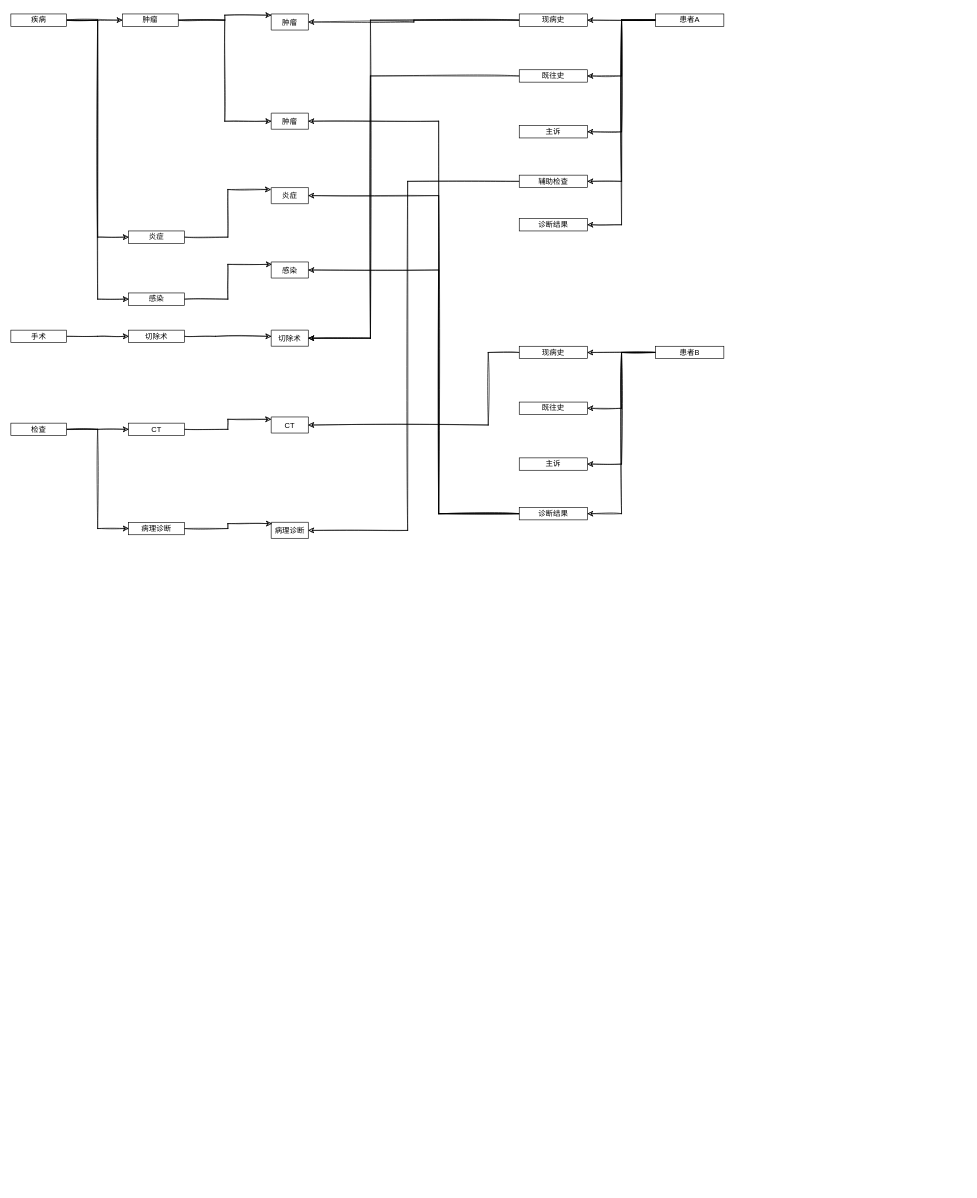
Above: Untitled Diagram.drawio in krjx0821/GRE-wordlist (draw.io), before the change. Source tidied: cells renumbered, new cells numbered last; positions are measured from the earlier drawing's top-left corner, leaving out a move shared by most shapes. Both pictures are drawn from the tidied source at 62%, with x=0, y=0 at pixel (11, 14).
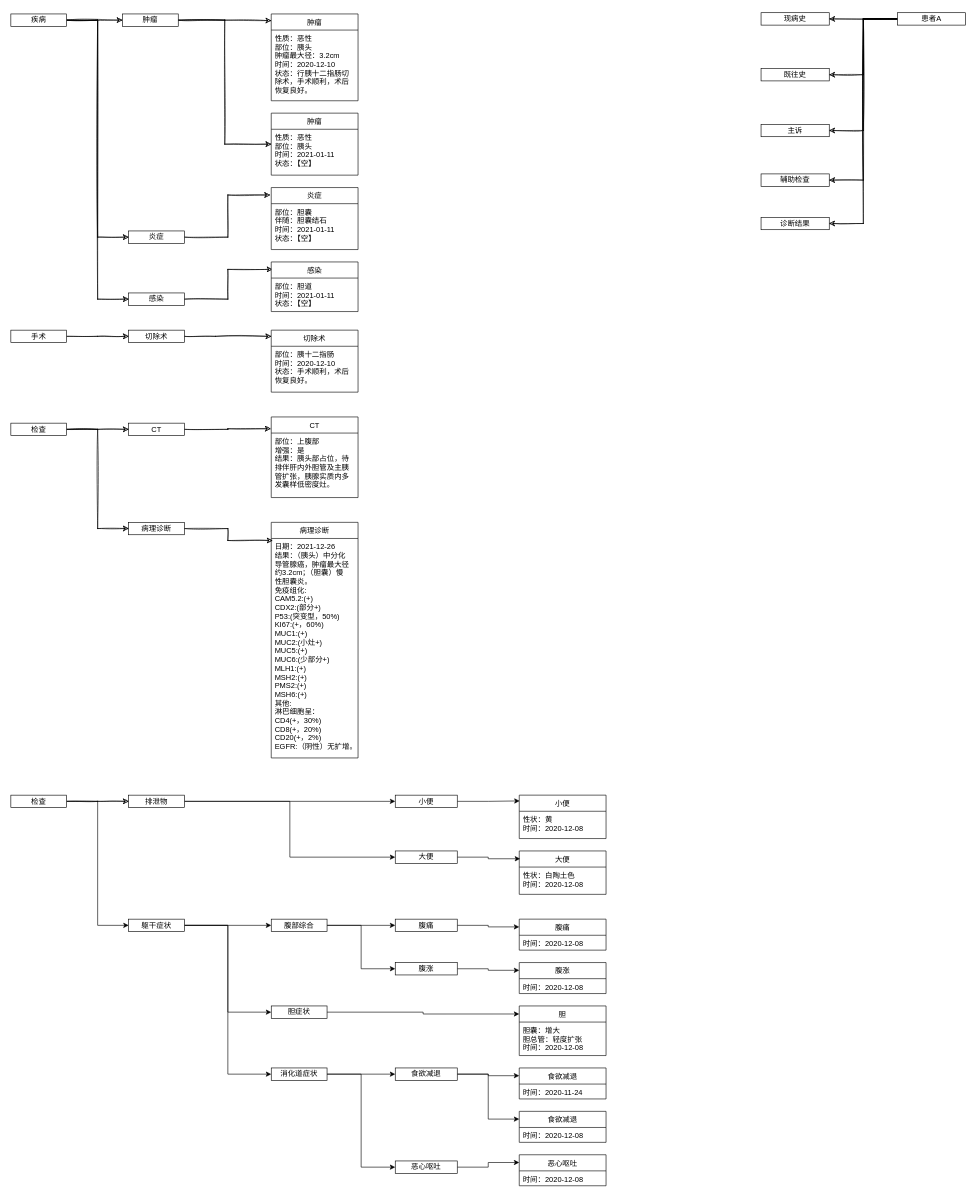
The same diagram, later.

What changed in the source:
```diff
@@
-    <mxCell id="9" value="肿瘤" style="swimlane;fontStyle=0;horizontal=1;startSize=26;" parent="1" vertex="1" collapsed="1">
-      <mxGeometry x="420" width="60" height="26" as="geometry" />
+    <mxCell id="9" value="肿瘤" style="swimlane;fontStyle=0;horizontal=1;startSize=26;" parent="1" vertex="1">
+      <mxGeometry x="420" width="140" height="140" as="geometry" />
     </mxCell>
+    <mxCell id="59" value="性质：恶性&#10;部位：胰头&#10;肿瘤最大径：3.2cm&#10;时间：2020-12-10&#10;状态：行胰十二指肠切&#10;除术，手术顺利，术后&#10;恢复良好。" style="text;strokeColor=none;fillColor=none;align=left;verticalAlign=top;spacingLeft=4;spacingRight=4;overflow=hidden;" parent="9" vertex="1">
+      <mxGeometry y="26" width="140" height="114" as="geometry" />
+    </mxCell>
-    <mxCell id="10" value="肿瘤" style="swimlane;fontStyle=0;horizontal=1;startSize=26;" parent="1" vertex="1" collapsed="1">
-      <mxGeometry x="420" y="160" width="60" height="26" as="geometry" />
+    <mxCell id="10" value="肿瘤" style="swimlane;fontStyle=0;horizontal=1;startSize=26;" parent="1" vertex="1">
+      <mxGeometry x="420" y="160" width="140" height="100" as="geometry" />
     </mxCell>
+    <mxCell id="60" value="性质：恶性&#10;部位：胰头&#10;时间：2021-01-11&#10;状态：【空】" style="text;strokeColor=none;fillColor=none;align=left;verticalAlign=top;spacingLeft=4;spacingRight=4;overflow=hidden;" parent="10" vertex="1">
+      <mxGeometry y="26" width="140" height="74" as="geometry" />
+    </mxCell>
@@
-    <mxCell id="13" value="炎症" style="swimlane;fontStyle=0;horizontal=1;startSize=26;" parent="1" vertex="1" collapsed="1">
-      <mxGeometry x="420" y="280" width="60" height="26" as="geometry" />
+    <mxCell id="13" value="炎症" style="swimlane;fontStyle=0;horizontal=1;startSize=26;" parent="1" vertex="1">
+      <mxGeometry x="420" y="280" width="140" height="100" as="geometry" />
     </mxCell>
+    <mxCell id="61" value="部位：胆囊&#10;伴随：胆囊结石&#10;时间：2021-01-11&#10;状态：【空】" style="text;strokeColor=none;fillColor=none;align=left;verticalAlign=top;spacingLeft=4;spacingRight=4;overflow=hidden;" parent="13" vertex="1">
+      <mxGeometry y="26" width="140" height="74" as="geometry" />
+    </mxCell>
@@
-    <mxCell id="16" value="感染" style="swimlane;fontStyle=0;horizontal=1;startSize=26;" parent="1" vertex="1" collapsed="1">
-      <mxGeometry x="420" y="400" width="60" height="26" as="geometry" />
+    <mxCell id="16" value="感染" style="swimlane;fontStyle=0;horizontal=1;startSize=26;" parent="1" vertex="1">
+      <mxGeometry x="420" y="400" width="140" height="80" as="geometry" />
     </mxCell>
+    <mxCell id="62" value="部位：胆道&#10;时间：2021-01-11&#10;状态：【空】" style="text;strokeColor=none;fillColor=none;align=left;verticalAlign=top;spacingLeft=4;spacingRight=4;overflow=hidden;" parent="16" vertex="1">
+      <mxGeometry y="26" width="140" height="54" as="geometry" />
+    </mxCell>
@@
-    <mxCell id="21" value="切除术" style="swimlane;fontStyle=0;horizontal=1;startSize=26;" parent="1" vertex="1" collapsed="1">
-      <mxGeometry x="420" y="510" width="60" height="26" as="geometry" />
+    <mxCell id="21" value="切除术" style="swimlane;fontStyle=0;horizontal=1;startSize=26;" parent="1" vertex="1">
+      <mxGeometry x="420" y="510" width="140" height="100" as="geometry" />
     </mxCell>
+    <mxCell id="63" value="部位：胰十二指肠&#10;时间：2020-12-10&#10;状态：手术顺利，术后&#10;恢复良好。" style="text;strokeColor=none;fillColor=none;align=left;verticalAlign=top;spacingLeft=4;spacingRight=4;overflow=hidden;" parent="21" vertex="1">
+      <mxGeometry y="26" width="140" height="74" as="geometry" />
+    </mxCell>
@@
-    <mxCell id="27" value="CT" style="swimlane;fontStyle=0;horizontal=1;startSize=26;" parent="1" vertex="1" collapsed="1">
-      <mxGeometry x="420" y="650" width="60" height="26" as="geometry" />
+    <mxCell id="27" value="CT" style="swimlane;fontStyle=0;horizontal=1;startSize=26;" parent="1" vertex="1">
+      <mxGeometry x="420" y="650" width="140" height="130" as="geometry" />
     </mxCell>
+    <mxCell id="64" value="部位：上腹部&#10;增强：是&#10;结果：胰头部占位，待&#10;排伴肝内外胆管及主胰&#10;管扩张，胰腺实质内多&#10;发囊样低密度灶。" style="text;strokeColor=none;fillColor=none;align=left;verticalAlign=top;spacingLeft=4;spacingRight=4;overflow=hidden;" parent="27" vertex="1">
+      <mxGeometry y="26" width="140" height="104" as="geometry" />
+    </mxCell>
-    <mxCell id="28" value="病理诊断" style="swimlane;fontStyle=0;horizontal=1;startSize=26;" parent="1" vertex="1" collapsed="1">
-      <mxGeometry x="420" y="820" width="60" height="26" as="geometry" />
+    <mxCell id="28" value="病理诊断" style="swimlane;fontStyle=0;horizontal=1;startSize=26;" parent="1" vertex="1">
+      <mxGeometry x="420" y="820" width="140" height="380" as="geometry" />
     </mxCell>
+    <mxCell id="65" value="日期：2021-12-26&#10;结果：（胰头）中分化&#10;导管腺癌，肿瘤最大径&#10;约3.2cm；（胆囊）慢&#10;性胆囊炎。&#10;免疫组化:&#10;CAM5.2:(+)&#10;CDX2:(部分+)&#10;P53:(突变型，50%)&#10;KI67:(+，60%)&#10;MUC1:(+)&#10;MUC2:(小灶+)&#10;MUC5:(+)&#10;MUC6:(少部分+)&#10;MLH1:(+)&#10;MSH2:(+)&#10;PMS2:(+)&#10;MSH6:(+)&#10;其他:&#10;淋巴细胞呈：&#10;CD4(+，30%)&#10;CD8(+，20%)&#10;CD20(+，2%)&#10;EGFR:（阴性）无扩增。" style="text;strokeColor=none;fillColor=none;align=left;verticalAlign=top;spacingLeft=4;spacingRight=4;overflow=hidden;" parent="28" vertex="1">
+      <mxGeometry y="26" width="140" height="354" as="geometry" />
+    </mxCell>
@@
     <mxCell id="36" value="患者A" style="rounded=0;whiteSpace=wrap;html=1;" parent="1" vertex="1">
-      <mxGeometry x="1040" width="110" height="20" as="geometry" />
+      <mxGeometry x="1430" y="-2" width="110" height="20" as="geometry" />
     </mxCell>
-    <mxCell id="37" style="edgeStyle=orthogonalEdgeStyle;rounded=0;sketch=1;jettySize=auto;html=1;entryX=1;entryY=0.5;entryDx=0;entryDy=0;" parent="1" edge="1" source="39" target="9">
-      <mxGeometry relative="1" as="geometry" />
-    </mxCell>
-    <mxCell id="38" style="edgeStyle=orthogonalEdgeStyle;rounded=0;sketch=1;jettySize=auto;html=1;entryX=1;entryY=0.5;entryDx=0;entryDy=0;" parent="1" edge="1" source="39" target="21">
-      <mxGeometry relative="1" as="geometry">
-        <Array as="points">
-          <mxPoint x="580" y="10" />
-          <mxPoint x="580" y="523" />
-        </Array>
-      </mxGeometry>
-    </mxCell>
     <mxCell id="39" value="现病史" style="rounded=0;whiteSpace=wrap;html=1;" parent="1" vertex="1">
-      <mxGeometry x="820" width="110" height="20" as="geometry" />
+      <mxGeometry x="1210" y="-2" width="110" height="20" as="geometry" />
     </mxCell>
-    <mxCell id="40" style="edgeStyle=orthogonalEdgeStyle;rounded=0;sketch=1;jettySize=auto;html=1;entryX=1;entryY=0.5;entryDx=0;entryDy=0;" parent="1" edge="1" source="41" target="21">
-      <mxGeometry relative="1" as="geometry">
-        <Array as="points">
-          <mxPoint x="580" y="100" />
-          <mxPoint x="580" y="523" />
-        </Array>
-      </mxGeometry>
-    </mxCell>
     <mxCell id="41" value="既往史" style="rounded=0;whiteSpace=wrap;html=1;" parent="1" vertex="1">
-      <mxGeometry x="820" y="90" width="110" height="20" as="geometry" />
+      <mxGeometry x="1210" y="88" width="110" height="20" as="geometry" />
     </mxCell>
     <mxCell id="42" value="主诉" style="rounded=0;whiteSpace=wrap;html=1;" parent="1" vertex="1">
-      <mxGeometry x="820" y="180" width="110" height="20" as="geometry" />
+      <mxGeometry x="1210" y="178" width="110" height="20" as="geometry" />
     </mxCell>
-    <mxCell id="43" style="edgeStyle=orthogonalEdgeStyle;rounded=0;sketch=1;jettySize=auto;html=1;entryX=1;entryY=0.5;entryDx=0;entryDy=0;" parent="1" edge="1" source="44" target="28">
-      <mxGeometry relative="1" as="geometry">
-        <Array as="points">
-          <mxPoint x="640" y="270" />
-          <mxPoint x="640" y="833" />
-        </Array>
-      </mxGeometry>
-    </mxCell>
     <mxCell id="44" value="辅助检查" style="rounded=0;whiteSpace=wrap;html=1;" parent="1" vertex="1">
-      <mxGeometry x="820" y="260" width="110" height="20" as="geometry" />
+      <mxGeometry x="1210" y="258" width="110" height="20" as="geometry" />
     </mxCell>
-    <mxCell id="45" style="edgeStyle=orthogonalEdgeStyle;rounded=0;sketch=1;jettySize=auto;html=1;entryX=1;entryY=0.5;entryDx=0;entryDy=0;" parent="1" edge="1" source="49" target="51">
-      <mxGeometry relative="1" as="geometry" />
-    </mxCell>
-    <mxCell id="46" style="edgeStyle=orthogonalEdgeStyle;rounded=0;sketch=1;jettySize=auto;html=1;entryX=1;entryY=0.5;entryDx=0;entryDy=0;" parent="1" edge="1" source="49" target="52">
-      <mxGeometry relative="1" as="geometry" />
-    </mxCell>
-    <mxCell id="47" style="edgeStyle=orthogonalEdgeStyle;rounded=0;sketch=1;jettySize=auto;html=1;entryX=1;entryY=0.5;entryDx=0;entryDy=0;" parent="1" edge="1" source="49" target="53">
-      <mxGeometry relative="1" as="geometry" />
-    </mxCell>
-    <mxCell id="48" style="edgeStyle=orthogonalEdgeStyle;rounded=0;sketch=1;jettySize=auto;html=1;entryX=1;entryY=0.5;entryDx=0;entryDy=0;" parent="1" edge="1" source="49" target="57">
-      <mxGeometry relative="1" as="geometry" />
-    </mxCell>
-    <mxCell id="49" value="患者B" style="rounded=0;whiteSpace=wrap;html=1;" parent="1" vertex="1">
-      <mxGeometry x="1040" y="536" width="110" height="20" as="geometry" />
-    </mxCell>
-    <mxCell id="50" style="edgeStyle=orthogonalEdgeStyle;rounded=0;sketch=1;jettySize=auto;html=1;entryX=1;entryY=0.5;entryDx=0;entryDy=0;" parent="1" edge="1" source="51" target="27">
-      <mxGeometry relative="1" as="geometry">
-        <Array as="points">
-          <mxPoint x="770" y="546" />
-          <mxPoint x="770" y="663" />
-        </Array>
-      </mxGeometry>
-    </mxCell>
-    <mxCell id="51" value="现病史" style="rounded=0;whiteSpace=wrap;html=1;" parent="1" vertex="1">
-      <mxGeometry x="820" y="536" width="110" height="20" as="geometry" />
-    </mxCell>
-    <mxCell id="52" value="既往史" style="rounded=0;whiteSpace=wrap;html=1;" parent="1" vertex="1">
-      <mxGeometry x="820" y="626" width="110" height="20" as="geometry" />
-    </mxCell>
-    <mxCell id="53" value="主诉" style="rounded=0;whiteSpace=wrap;html=1;" parent="1" vertex="1">
-      <mxGeometry x="820" y="716" width="110" height="20" as="geometry" />
-    </mxCell>
-    <mxCell id="54" style="edgeStyle=orthogonalEdgeStyle;rounded=0;sketch=1;jettySize=auto;html=1;entryX=1;entryY=0.5;entryDx=0;entryDy=0;" parent="1" edge="1" source="57" target="10">
-      <mxGeometry relative="1" as="geometry">
-        <Array as="points">
-          <mxPoint x="690" y="806" />
-          <mxPoint x="690" y="173" />
-        </Array>
-      </mxGeometry>
-    </mxCell>
-    <mxCell id="55" style="edgeStyle=orthogonalEdgeStyle;rounded=0;sketch=1;jettySize=auto;html=1;entryX=1;entryY=0.5;entryDx=0;entryDy=0;" parent="1" edge="1" source="57" target="13">
-      <mxGeometry relative="1" as="geometry">
-        <Array as="points">
-          <mxPoint x="690" y="806" />
-          <mxPoint x="690" y="293" />
-        </Array>
-      </mxGeometry>
-    </mxCell>
-    <mxCell id="56" style="edgeStyle=orthogonalEdgeStyle;rounded=0;sketch=1;jettySize=auto;html=1;entryX=1;entryY=0.5;entryDx=0;entryDy=0;" parent="1" edge="1" source="57" target="16">
-      <mxGeometry relative="1" as="geometry">
-        <Array as="points">
-          <mxPoint x="690" y="806" />
-          <mxPoint x="690" y="413" />
-        </Array>
-      </mxGeometry>
-    </mxCell>
-    <mxCell id="57" value="诊断结果" style="rounded=0;whiteSpace=wrap;html=1;" parent="1" vertex="1">
-      <mxGeometry x="820" y="796" width="110" height="20" as="geometry" />
-    </mxCell>
     <mxCell id="58" value="诊断结果" style="rounded=0;whiteSpace=wrap;html=1;" parent="1" vertex="1">
-      <mxGeometry x="820" y="330" width="110" height="20" as="geometry" />
+      <mxGeometry x="1210" y="328" width="110" height="20" as="geometry" />
     </mxCell>
+    <mxCell id="66" style="edgeStyle=orthogonalEdgeStyle;rounded=0;sketch=1;jettySize=auto;html=1;" parent="1" edge="1" source="68">
+      <mxGeometry relative="1" as="geometry">
+        <mxPoint x="190" y="1270" as="targetPoint" />
+      </mxGeometry>
+    </mxCell>
+    <mxCell id="67" style="edgeStyle=orthogonalEdgeStyle;rounded=0;jettySize=auto;html=1;entryX=0;entryY=0.5;entryDx=0;entryDy=0;" parent="1" edge="1" source="68" target="94">
+      <mxGeometry relative="1" as="geometry" />
+    </mxCell>
+    <mxCell id="68" value="检查" style="rounded=0;whiteSpace=wrap;html=1;" parent="1" vertex="1">
+      <mxGeometry y="1260" width="90" height="20" as="geometry" />
+    </mxCell>
+    <mxCell id="69" style="edgeStyle=orthogonalEdgeStyle;rounded=0;jettySize=auto;html=1;entryX=0;entryY=0.5;entryDx=0;entryDy=0;" parent="1" edge="1" source="71" target="82">
+      <mxGeometry relative="1" as="geometry" />
+    </mxCell>
+    <mxCell id="70" style="edgeStyle=orthogonalEdgeStyle;rounded=0;jettySize=auto;html=1;entryX=0;entryY=0.5;entryDx=0;entryDy=0;" parent="1" edge="1" source="71" target="80">
+      <mxGeometry relative="1" as="geometry" />
+    </mxCell>
+    <mxCell id="71" value="排泄物" style="rounded=0;whiteSpace=wrap;html=1;" parent="1" vertex="1">
+      <mxGeometry x="190" y="1260" width="90" height="20" as="geometry" />
+    </mxCell>
+    <mxCell id="72" style="edgeStyle=orthogonalEdgeStyle;rounded=0;jettySize=auto;html=1;" parent="1" edge="1" source="74" target="84">
+      <mxGeometry relative="1" as="geometry" />
+    </mxCell>
+    <mxCell id="73" style="edgeStyle=orthogonalEdgeStyle;rounded=0;jettySize=auto;html=1;entryX=0;entryY=0.5;entryDx=0;entryDy=0;" parent="1" edge="1" source="74" target="86">
+      <mxGeometry relative="1" as="geometry" />
+    </mxCell>
+    <mxCell id="74" value="腹部综合" style="rounded=0;whiteSpace=wrap;html=1;" parent="1" vertex="1">
+      <mxGeometry x="420" y="1460" width="90" height="20" as="geometry" />
+    </mxCell>
+    <mxCell id="75" value="小便" style="swimlane;fontStyle=0;horizontal=1;startSize=26;" parent="1" vertex="1">
+      <mxGeometry x="820" y="1260" width="140" height="70" as="geometry" />
+    </mxCell>
+    <mxCell id="76" value="性状：黄&#10;时间：2020-12-08 " style="text;strokeColor=none;fillColor=none;align=left;verticalAlign=top;spacingLeft=4;spacingRight=4;overflow=hidden;" parent="75" vertex="1">
+      <mxGeometry y="26" width="140" height="44" as="geometry" />
+    </mxCell>
+    <mxCell id="77" value="大便" style="swimlane;fontStyle=0;horizontal=1;startSize=26;" parent="1" vertex="1">
+      <mxGeometry x="820" y="1350" width="140" height="70" as="geometry" />
+    </mxCell>
+    <mxCell id="78" value="性状：白陶土色&#10;时间：2020-12-08 " style="text;strokeColor=none;fillColor=none;align=left;verticalAlign=top;spacingLeft=4;spacingRight=4;overflow=hidden;" parent="77" vertex="1">
+      <mxGeometry y="26" width="140" height="44" as="geometry" />
+    </mxCell>
+    <mxCell id="79" style="edgeStyle=orthogonalEdgeStyle;rounded=0;jettySize=auto;html=1;entryX=0.01;entryY=0.18;entryDx=0;entryDy=0;entryPerimeter=0;" parent="1" edge="1" source="80" target="77">
+      <mxGeometry relative="1" as="geometry" />
+    </mxCell>
+    <mxCell id="80" value="大便" style="whiteSpace=wrap;html=1;rounded=0;" parent="1" vertex="1">
+      <mxGeometry x="620" y="1350" width="100" height="20" as="geometry" />
+    </mxCell>
+    <mxCell id="81" style="edgeStyle=orthogonalEdgeStyle;rounded=0;jettySize=auto;html=1;entryX=0.004;entryY=0.133;entryDx=0;entryDy=0;entryPerimeter=0;" parent="1" edge="1" source="82" target="75">
+      <mxGeometry relative="1" as="geometry" />
+    </mxCell>
+    <mxCell id="82" value="小便" style="whiteSpace=wrap;html=1;rounded=0;" parent="1" vertex="1">
+      <mxGeometry x="620" y="1260" width="100" height="20" as="geometry" />
+    </mxCell>
+    <mxCell id="83" style="edgeStyle=orthogonalEdgeStyle;rounded=0;jettySize=auto;html=1;entryX=0;entryY=0.25;entryDx=0;entryDy=0;" parent="1" edge="1" source="84" target="87">
+      <mxGeometry relative="1" as="geometry" />
+    </mxCell>
+    <mxCell id="84" value="腹痛" style="whiteSpace=wrap;html=1;rounded=0;" parent="1" vertex="1">
+      <mxGeometry x="620" y="1460" width="100" height="20" as="geometry" />
+    </mxCell>
+    <mxCell id="85" style="edgeStyle=orthogonalEdgeStyle;rounded=0;jettySize=auto;html=1;entryX=0;entryY=0.25;entryDx=0;entryDy=0;" parent="1" edge="1" source="86" target="89">
+      <mxGeometry relative="1" as="geometry" />
+    </mxCell>
+    <mxCell id="86" value="腹涨" style="whiteSpace=wrap;html=1;rounded=0;" parent="1" vertex="1">
+      <mxGeometry x="620" y="1530" width="100" height="20" as="geometry" />
+    </mxCell>
+    <mxCell id="87" value="腹痛" style="swimlane;fontStyle=0;horizontal=1;startSize=26;" parent="1" vertex="1">
+      <mxGeometry x="820" y="1460" width="140" height="50" as="geometry" />
+    </mxCell>
+    <mxCell id="88" value="时间：2020-12-08 " style="text;strokeColor=none;fillColor=none;align=left;verticalAlign=top;spacingLeft=4;spacingRight=4;overflow=hidden;" parent="87" vertex="1">
+      <mxGeometry y="26" width="140" height="24" as="geometry" />
+    </mxCell>
+    <mxCell id="89" value="腹涨" style="swimlane;fontStyle=0;horizontal=1;startSize=26;" parent="1" vertex="1">
+      <mxGeometry x="820" y="1530" width="140" height="50" as="geometry" />
+    </mxCell>
+    <mxCell id="90" value="时间：2020-12-08 " style="text;strokeColor=none;fillColor=none;align=left;verticalAlign=top;spacingLeft=4;spacingRight=4;overflow=hidden;" parent="89" vertex="1">
+      <mxGeometry y="26" width="140" height="24" as="geometry" />
+    </mxCell>
+    <mxCell id="91" style="edgeStyle=orthogonalEdgeStyle;rounded=0;jettySize=auto;html=1;" parent="1" edge="1" source="94" target="74">
+      <mxGeometry relative="1" as="geometry" />
+    </mxCell>
+    <mxCell id="92" style="edgeStyle=orthogonalEdgeStyle;rounded=0;jettySize=auto;html=1;entryX=0;entryY=0.5;entryDx=0;entryDy=0;" parent="1" edge="1" source="94" target="96">
+      <mxGeometry relative="1" as="geometry" />
+    </mxCell>
+    <mxCell id="93" style="edgeStyle=orthogonalEdgeStyle;rounded=0;jettySize=auto;html=1;entryX=0;entryY=0.5;entryDx=0;entryDy=0;" parent="1" edge="1" source="94" target="101">
+      <mxGeometry relative="1" as="geometry" />
+    </mxCell>
+    <mxCell id="94" value="躯干症状" style="rounded=0;whiteSpace=wrap;html=1;" parent="1" vertex="1">
+      <mxGeometry x="190" y="1460" width="90" height="20" as="geometry" />
+    </mxCell>
+    <mxCell id="95" style="edgeStyle=orthogonalEdgeStyle;rounded=0;jettySize=auto;html=1;entryX=0;entryY=0.162;entryDx=0;entryDy=0;entryPerimeter=0;" parent="1" edge="1" source="96" target="97">
+      <mxGeometry relative="1" as="geometry" />
+    </mxCell>
+    <mxCell id="96" value="胆症状" style="rounded=0;whiteSpace=wrap;html=1;" parent="1" vertex="1">
+      <mxGeometry x="420" y="1600" width="90" height="20" as="geometry" />
+    </mxCell>
+    <mxCell id="97" value="胆" style="swimlane;fontStyle=0;horizontal=1;startSize=26;" parent="1" vertex="1">
+      <mxGeometry x="820" y="1600" width="140" height="80" as="geometry" />
+    </mxCell>
+    <mxCell id="98" value="胆囊：增大&#10;胆总管：轻度扩张&#10;时间：2020-12-08 " style="text;strokeColor=none;fillColor=none;align=left;verticalAlign=top;spacingLeft=4;spacingRight=4;overflow=hidden;" parent="97" vertex="1">
+      <mxGeometry y="26" width="140" height="54" as="geometry" />
+    </mxCell>
+    <mxCell id="99" style="edgeStyle=orthogonalEdgeStyle;rounded=0;jettySize=auto;html=1;entryX=0;entryY=0.5;entryDx=0;entryDy=0;" parent="1" edge="1" source="101" target="104">
+      <mxGeometry relative="1" as="geometry" />
+    </mxCell>
+    <mxCell id="100" style="edgeStyle=orthogonalEdgeStyle;rounded=0;jettySize=auto;html=1;entryX=0;entryY=0.5;entryDx=0;entryDy=0;" parent="1" edge="1" source="101" target="108">
+      <mxGeometry relative="1" as="geometry" />
+    </mxCell>
+    <mxCell id="101" value="消化道症状" style="rounded=0;whiteSpace=wrap;html=1;" parent="1" vertex="1">
+      <mxGeometry x="420" y="1700" width="90" height="20" as="geometry" />
+    </mxCell>
+    <mxCell id="102" style="edgeStyle=orthogonalEdgeStyle;rounded=0;jettySize=auto;html=1;entryX=0;entryY=0.25;entryDx=0;entryDy=0;" parent="1" edge="1" source="104" target="105">
+      <mxGeometry relative="1" as="geometry" />
+    </mxCell>
+    <mxCell id="103" style="edgeStyle=orthogonalEdgeStyle;rounded=0;jettySize=auto;html=1;entryX=0;entryY=0.25;entryDx=0;entryDy=0;" parent="1" edge="1" source="104" target="111">
+      <mxGeometry relative="1" as="geometry" />
+    </mxCell>
+    <mxCell id="104" value="食欲减退" style="whiteSpace=wrap;html=1;rounded=0;" parent="1" vertex="1">
+      <mxGeometry x="620" y="1700" width="100" height="20" as="geometry" />
+    </mxCell>
+    <mxCell id="105" value="食欲减退" style="swimlane;fontStyle=0;horizontal=1;startSize=26;" parent="1" vertex="1">
+      <mxGeometry x="820" y="1770" width="140" height="50" as="geometry" />
+    </mxCell>
+    <mxCell id="106" value="时间：2020-12-08 " style="text;strokeColor=none;fillColor=none;align=left;verticalAlign=top;spacingLeft=4;spacingRight=4;overflow=hidden;" parent="105" vertex="1">
+      <mxGeometry y="26" width="140" height="24" as="geometry" />
+    </mxCell>
+    <mxCell id="107" style="edgeStyle=orthogonalEdgeStyle;rounded=0;jettySize=auto;html=1;entryX=0;entryY=0.25;entryDx=0;entryDy=0;" parent="1" edge="1" source="108" target="109">
+      <mxGeometry relative="1" as="geometry" />
+    </mxCell>
+    <mxCell id="108" value="恶心呕吐" style="whiteSpace=wrap;html=1;rounded=0;" parent="1" vertex="1">
+      <mxGeometry x="620" y="1850" width="100" height="20" as="geometry" />
+    </mxCell>
+    <mxCell id="109" value="恶心呕吐" style="swimlane;fontStyle=0;horizontal=1;startSize=26;" parent="1" vertex="1">
+      <mxGeometry x="820" y="1840" width="140" height="50" as="geometry" />
+    </mxCell>
+    <mxCell id="110" value="时间：2020-12-08 " style="text;strokeColor=none;fillColor=none;align=left;verticalAlign=top;spacingLeft=4;spacingRight=4;overflow=hidden;" parent="109" vertex="1">
+      <mxGeometry y="26" width="140" height="24" as="geometry" />
+    </mxCell>
+    <mxCell id="111" value="食欲减退" style="swimlane;fontStyle=0;horizontal=1;startSize=26;" parent="1" vertex="1">
+      <mxGeometry x="820" y="1700" width="140" height="50" as="geometry" />
+    </mxCell>
+    <mxCell id="112" value="时间：2020-11-24 " style="text;strokeColor=none;fillColor=none;align=left;verticalAlign=top;spacingLeft=4;spacingRight=4;overflow=hidden;" parent="111" vertex="1">
+      <mxGeometry y="26" width="140" height="24" as="geometry" />
+    </mxCell>
```
